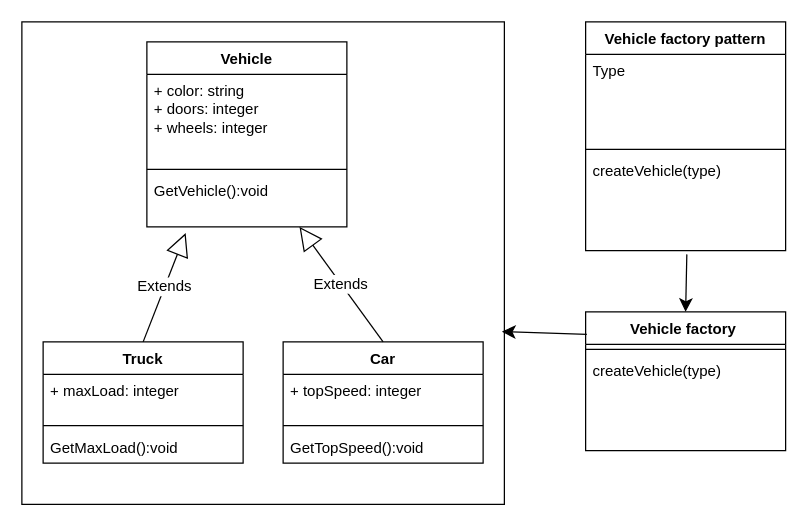
This is page "Page-2" (2 of 2) of firstTask.drawio from MacroFlower/NoroffFirst, a draw.io file, before an edit. Source tidied: cells renumbered, new cells numbered last; positions are measured from the earlier drawing's top-left corner, leaving out a move shared by most shapes. Both pictures are drawn from the tidied source at 125%, with x=0, y=0 at pixel (21, 21).
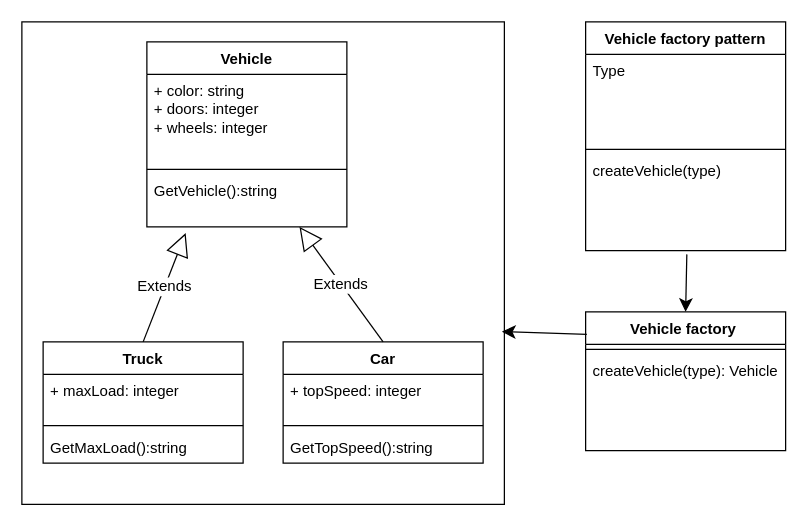
The same page after the edit.

The change refers to these unchanged cells:
```xml
<mxCell id="3" value="Truck" style="swimlane;fontStyle=1;align=center;verticalAlign=top;horizontal=1;startSize=26;whiteSpace=wrap;html=1;" parent="1" vertex="1">
  <mxGeometry x="17" y="256" width="160" height="97" as="geometry" />
</mxCell>
<mxCell id="7" value="Car" style="swimlane;fontStyle=1;align=center;verticalAlign=top;horizontal=1;startSize=26;whiteSpace=wrap;html=1;" parent="1" vertex="1">
  <mxGeometry x="209" y="256" width="160" height="97" as="geometry" />
</mxCell>
<mxCell id="11" value="Vehicle" style="swimlane;fontStyle=1;align=center;verticalAlign=top;horizontal=1;startSize=26;whiteSpace=wrap;html=1;" parent="1" vertex="1">
  <mxGeometry x="100" y="16" width="160" height="148" as="geometry" />
</mxCell>
<mxCell id="21" value="Vehicle factory&amp;nbsp;" style="swimlane;fontStyle=1;align=center;verticalAlign=top;horizontal=1;startSize=26;whiteSpace=wrap;html=1;" parent="1" vertex="1">
  <mxGeometry x="451" y="232" width="160" height="111" as="geometry" />
</mxCell>
```

What changed in the source:
```diff
@@
-    <mxCell id="6" value="GetMaxLoad():void" style="text;strokeColor=none;fillColor=none;align=left;verticalAlign=top;spacingLeft=4;spacingRight=4;overflow=hidden;whiteSpace=wrap;html=1;" parent="3" vertex="1">
+    <mxCell id="6" value="GetMaxLoad():string" style="text;strokeColor=none;fillColor=none;align=left;verticalAlign=top;spacingLeft=4;spacingRight=4;overflow=hidden;whiteSpace=wrap;html=1;" parent="3" vertex="1">
       <mxGeometry y="71" width="160" height="26" as="geometry" />
     </mxCell>
@@
-    <mxCell id="10" value="GetTopSpeed():void" style="text;strokeColor=none;fillColor=none;align=left;verticalAlign=top;spacingLeft=4;spacingRight=4;overflow=hidden;whiteSpace=wrap;html=1;" parent="7" vertex="1">
+    <mxCell id="10" value="GetTopSpeed():string" style="text;strokeColor=none;fillColor=none;align=left;verticalAlign=top;spacingLeft=4;spacingRight=4;overflow=hidden;whiteSpace=wrap;html=1;" parent="7" vertex="1">
       <mxGeometry y="71" width="160" height="26" as="geometry" />
     </mxCell>
@@
-    <mxCell id="14" value="GetVehicle():void" style="text;strokeColor=none;fillColor=none;align=left;verticalAlign=top;spacingLeft=4;spacingRight=4;overflow=hidden;points=[[0,0.5],[1,0.5]];portConstraint=eastwest;whiteSpace=wrap;html=1;" parent="11" vertex="1">
+    <mxCell id="14" value="GetVehicle():string" style="text;strokeColor=none;fillColor=none;align=left;verticalAlign=top;spacingLeft=4;spacingRight=4;overflow=hidden;points=[[0,0.5],[1,0.5]];portConstraint=eastwest;whiteSpace=wrap;html=1;" parent="11" vertex="1">
       <mxGeometry y="106" width="160" height="42" as="geometry" />
     </mxCell>
@@
-    <mxCell id="23" value="createVehicle(type)" style="text;strokeColor=none;fillColor=none;align=left;verticalAlign=top;spacingLeft=4;spacingRight=4;overflow=hidden;whiteSpace=wrap;html=1;" parent="21" vertex="1">
+    <mxCell id="23" value="createVehicle(type): Vehicle" style="text;strokeColor=none;fillColor=none;align=left;verticalAlign=top;spacingLeft=4;spacingRight=4;overflow=hidden;whiteSpace=wrap;html=1;" parent="21" vertex="1">
       <mxGeometry y="34" width="160" height="77" as="geometry" />
     </mxCell>
```
